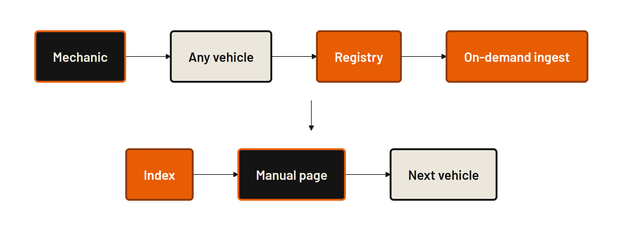
Earlier version of the Mermaid export docs/pitches/long-lake/second-deployment.png (lxorb/mechanica). Its source is kept beside it as docs/pitches/long-lake/second-deployment.mmd.
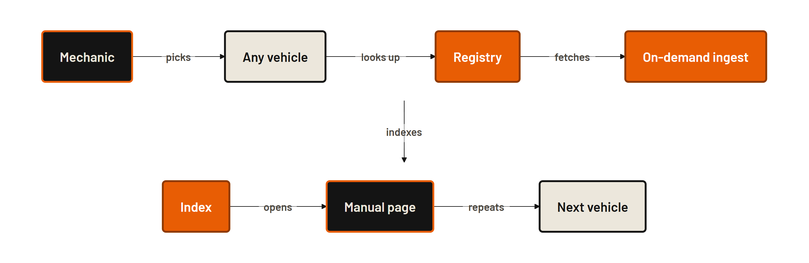
After the commit.

The edit, as a diff of the source:
```diff
@@ -1,15 +1,15 @@
-%%{init: {"theme":"base","htmlLabels":false,"themeVariables":{"fontSize":"21px","fontFamily":"Barlow","lineColor":"#141414","primaryColor":"#ece7dc","primaryTextColor":"#141414","primaryBorderColor":"#141414","background":"#ffffff"},"flowchart":{"curve":"linear","htmlLabels":false,"nodeSpacing":40,"rankSpacing":48,"padding":28,"useMaxWidth":false}}}%%
+%%{init: {"theme":"base","htmlLabels":false,"themeVariables":{"fontSize":"21px","fontFamily":"Barlow","lineColor":"#141414","primaryColor":"#ece7dc","primaryTextColor":"#141414","primaryBorderColor":"#141414","background":"#ffffff"},"flowchart":{"curve":"linear","htmlLabels":false,"nodeSpacing":40,"rankSpacing":70,"padding":28,"useMaxWidth":false}}}%%
 flowchart TB
   subgraph R1[" "]
     direction LR
-    MECH("Mechanic"):::ends --> ANY("Any vehicle"):::ours --> REG("Registry"):::them --> ING("On-demand ingest"):::them
+    MECH("Mechanic"):::ends -- "picks" --> ANY("Any vehicle"):::ours -- "looks up" --> REG("Registry"):::them -- "fetches" --> ING("On-demand ingest"):::them
   end
   subgraph R2[" "]
     direction LR
-    IDX("Index"):::them --> PAGE("Manual page"):::ends --> NEXT("Next vehicle"):::ours
+    IDX("Index"):::them -- "opens" --> PAGE("Manual page"):::ends -- "repeats" --> NEXT("Next vehicle"):::ours
   end
 
-  R1 --> R2
+  R1 -- "indexes" --> R2
 
   classDef ends fill:#141414,stroke:#e85d04,stroke-width:3px,color:#ece7dc
   classDef ours fill:#ece7dc,stroke:#141414,stroke-width:3px,color:#141414
```
